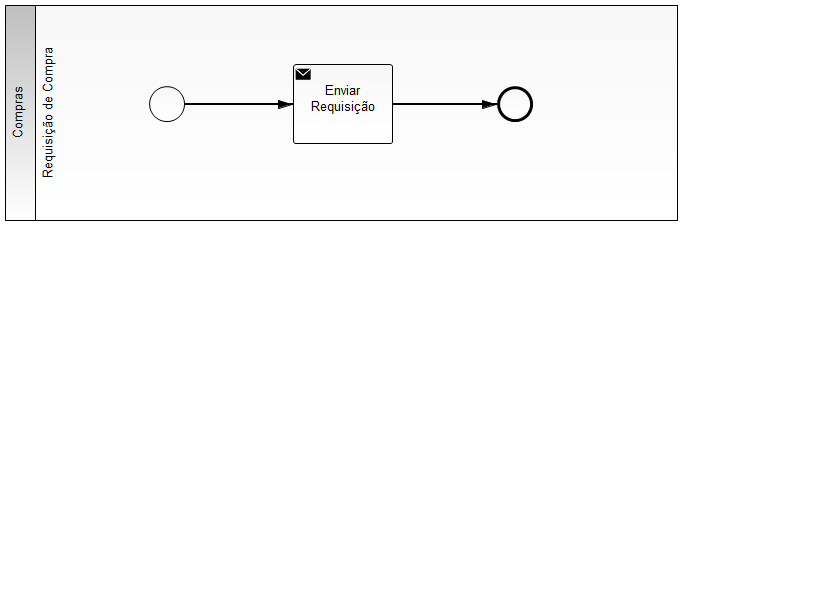
Before: src/main/resources/process.png, a diagram exported from BPMN (altamira/bpm-purchase-request). Its source is kept beside it as src/main/resources/process.bpmn. Ids are renumbered. Source of this version:
```xml
<bpmn2:definitions xmlns:xsi="http://www.w3.org/2001/XMLSchema-instance" xmlns:bpmn2="http://www.omg.org/spec/BPMN/20100524/MODEL" xmlns:bpmndi="http://www.omg.org/spec/BPMN/20100524/DI" xmlns:camunda="http://activiti.org/bpmn" xmlns:dc="http://www.omg.org/spec/DD/20100524/DC" xmlns:di="http://www.omg.org/spec/DD/20100524/DI" xmlns:fox="http://www.camunda.com/fox" xsi:schemaLocation="http://www.omg.org/spec/BPMN/20100524/MODEL BPMN20.xsd" id="Definitions_1" exporter="camunda modeler" exporterVersion="2.6.0" targetNamespace="http://www.example.org/bpmn">
  <bpmn2:collaboration id="Collaboration" name="Default Collaboration">
    <bpmn2:participant id="Purchasing" name="Compras" processRef="altamira.bpm.purchase.request"/>
  </bpmn2:collaboration>
  <bpmn2:process id="altamira.bpm.purchase.request" name="Requisição de Compra" isExecutable="true">
    <bpmn2:laneSet id="LaneSet_2" name="Lane Set 2">
      <bpmn2:lane id="PurchaseRequestLane" name="Requisição de Compra">
        <bpmn2:flowNodeRef>RequestStartEvent</bpmn2:flowNodeRef>
        <bpmn2:flowNodeRef>EndEvent_1</bpmn2:flowNodeRef>
        <bpmn2:flowNodeRef>SendRequestSendTask</bpmn2:flowNodeRef>
      </bpmn2:lane>
    </bpmn2:laneSet>
    <bpmn2:startEvent id="RequestStartEvent" name="">
      <bpmn2:extensionElements>
        <camunda:formData>
          <camunda:formField id="requestId" label="Número da Requisição" type="long"/>
        </camunda:formData>
      </bpmn2:extensionElements>
      <bpmn2:outgoing>SequenceFlow_4</bpmn2:outgoing>
    </bpmn2:startEvent>
    <bpmn2:sequenceFlow id="SequenceFlow_4" name="" sourceRef="RequestStartEvent" targetRef="SendRequestSendTask"/>
    <bpmn2:endEvent id="EndEvent_1">
      <bpmn2:incoming>SequenceFlow_5</bpmn2:incoming>
    </bpmn2:endEvent>
    <bpmn2:sendTask id="SendRequestSendTask" camunda:delegateExpression="#{SendRequest}" name="Enviar Requisição">
      <bpmn2:incoming>SequenceFlow_4</bpmn2:incoming>
      <bpmn2:outgoing>SequenceFlow_5</bpmn2:outgoing>
    </bpmn2:sendTask>
    <bpmn2:sequenceFlow id="SequenceFlow_5" name="" sourceRef="SendRequestSendTask" targetRef="EndEvent_1"/>
  </bpmn2:process>
  <bpmn2:signal id="Signal_1" name="NewRequestSignal"/>
  <bpmn2:message id="Message_1" name="REQUEST_NEW_MESSAGE"/>
  <bpmn2:signal id="Signal_2" name="OrderNegeratedSignal"/>
  <bpmndi:BPMNDiagram id="BPMNDiagram_1" name="Default Collaboration Diagram">
    <bpmndi:BPMNPlane id="BPMNPlane_1" bpmnElement="Collaboration">
      <bpmndi:BPMNShape id="BPMNShape_1" bpmnElement="Purchasing" isHorizontal="true">
        <dc:Bounds height="216.0" width="673.0" x="0.0" y="1.0"/>
      </bpmndi:BPMNShape>
      <bpmndi:BPMNShape id="BPMNShape_StartEvent_1" bpmnElement="RequestStartEvent">
        <dc:Bounds height="36.0" width="36.0" x="144.0" y="82.0"/>
        <bpmndi:BPMNLabel>
          <dc:Bounds height="6.0" width="6.0" x="162.0" y="120.0"/>
        </bpmndi:BPMNLabel>
      </bpmndi:BPMNShape>
      <bpmndi:BPMNShape id="_BPMNShape_Lane_6" bpmnElement="PurchaseRequestLane" isHorizontal="true">
        <dc:Bounds height="216.0" width="643.0" x="30.0" y="1.0"/>
      </bpmndi:BPMNShape>
      <bpmndi:BPMNShape id="_BPMNShape_SendTask_3" bpmnElement="SendRequestSendTask">
        <dc:Bounds height="80.0" width="100.0" x="288.0" y="60.0"/>
      </bpmndi:BPMNShape>
      <bpmndi:BPMNShape id="_BPMNShape_EndEvent_22" bpmnElement="EndEvent_1">
        <dc:Bounds height="36.0" width="36.0" x="492.0" y="82.0"/>
        <bpmndi:BPMNLabel>
          <dc:Bounds height="0.0" width="0.0" x="510.0" y="123.0"/>
        </bpmndi:BPMNLabel>
      </bpmndi:BPMNShape>
      <bpmndi:BPMNEdge id="BPMNEdge_SequenceFlow_5" bpmnElement="SequenceFlow_5" sourceElement="_BPMNShape_SendTask_3" targetElement="_BPMNShape_EndEvent_22">
        <di:waypoint xsi:type="dc:Point" x="388.0" y="100.0"/>
        <di:waypoint xsi:type="dc:Point" x="492.0" y="100.0"/>
        <bpmndi:BPMNLabel>
          <dc:Bounds height="6.0" width="6.0" x="410.0" y="100.0"/>
        </bpmndi:BPMNLabel>
      </bpmndi:BPMNEdge>
      <bpmndi:BPMNEdge id="BPMNEdge_SequenceFlow_16" bpmnElement="SequenceFlow_4" sourceElement="BPMNShape_StartEvent_1" targetElement="_BPMNShape_SendTask_3">
        <di:waypoint xsi:type="dc:Point" x="180.0" y="100.0"/>
        <di:waypoint xsi:type="dc:Point" x="288.0" y="100.0"/>
        <bpmndi:BPMNLabel>
          <dc:Bounds height="6.0" width="6.0" x="237.0" y="100.0"/>
        </bpmndi:BPMNLabel>
      </bpmndi:BPMNEdge>
    </bpmndi:BPMNPlane>
  </bpmndi:BPMNDiagram>
</bpmn2:definitions>
```
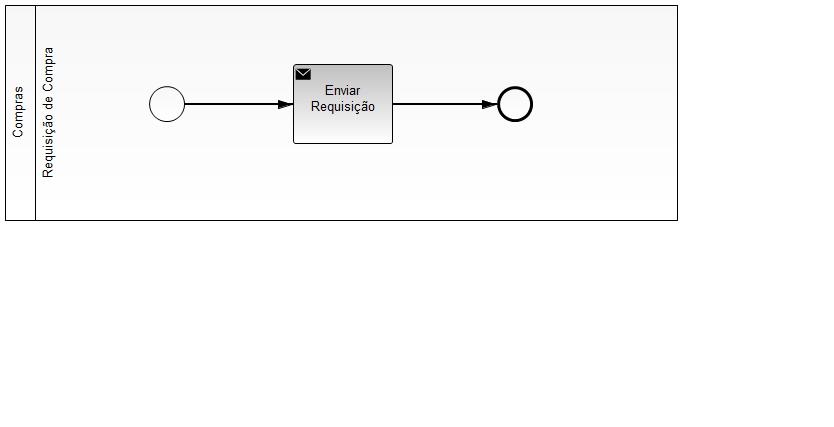
After the commit.

Diff of the diagram source:
```diff
@@ -1,8 +1,8 @@
 <bpmn2:definitions xmlns:xsi="http://www.w3.org/2001/XMLSchema-instance" xmlns:bpmn2="http://www.omg.org/spec/BPMN/20100524/MODEL" xmlns:bpmndi="http://www.omg.org/spec/BPMN/20100524/DI" xmlns:camunda="http://activiti.org/bpmn" xmlns:dc="http://www.omg.org/spec/DD/20100524/DC" xmlns:di="http://www.omg.org/spec/DD/20100524/DI" xmlns:fox="http://www.camunda.com/fox" xsi:schemaLocation="http://www.omg.org/spec/BPMN/20100524/MODEL BPMN20.xsd" id="Definitions_1" exporter="camunda modeler" exporterVersion="2.6.0" targetNamespace="http://www.example.org/bpmn">
   <bpmn2:collaboration id="Collaboration" name="Default Collaboration">
-    <bpmn2:participant id="Purchasing" name="Compras" processRef="altamira.bpm.purchase.request"/>
+    <bpmn2:participant id="Purchasing" name="Compras" processRef="br.com.altamira.bpm.purchase.request"/>
   </bpmn2:collaboration>
-  <bpmn2:process id="altamira.bpm.purchase.request" name="Requisição de Compra" isExecutable="true">
+  <bpmn2:process id="br.com.altamira.bpm.purchase.request" name="Requisição de Compra" isExecutable="true">
     <bpmn2:laneSet id="LaneSet_2" name="Lane Set 2">
       <bpmn2:lane id="PurchaseRequestLane" name="Requisição de Compra">
         <bpmn2:flowNodeRef>RequestStartEvent</bpmn2:flowNodeRef>
```
